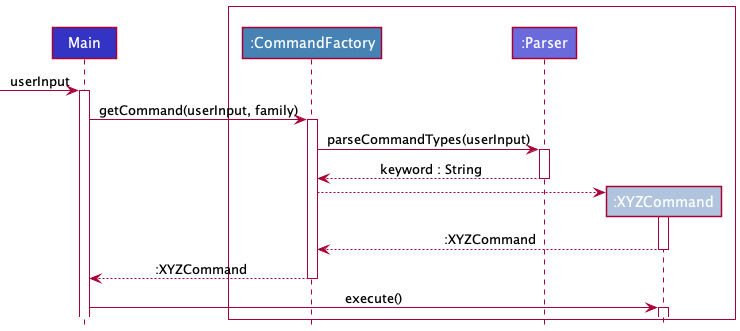
nus-cs2113-AY2122S2/tp keeps this PlantUML diagram as docs/images/CommandFactorySequence4.png. Above is the earlier version.
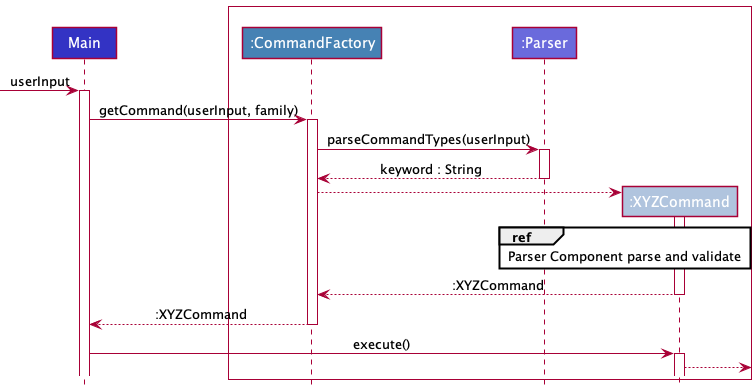
Above is the later version.

Diff of the diagram source:
```diff
@@ -21,10 +21,14 @@
 create XYZCommand
 CommandFactory --> XYZCommand
 activate XYZCommand
+ref over Parser, XYZCommand
+Parser Component parse and validate
+end ref
 XYZCommand --> CommandFactory: :XYZCommand
 deactivate XYZCommand
 CommandFactory --> Main: :XYZCommand
 deactivate CommandFactory
 Main -> XYZCommand: execute()
 activate XYZCommand
+XYZCommand -->
 @enduml
```
